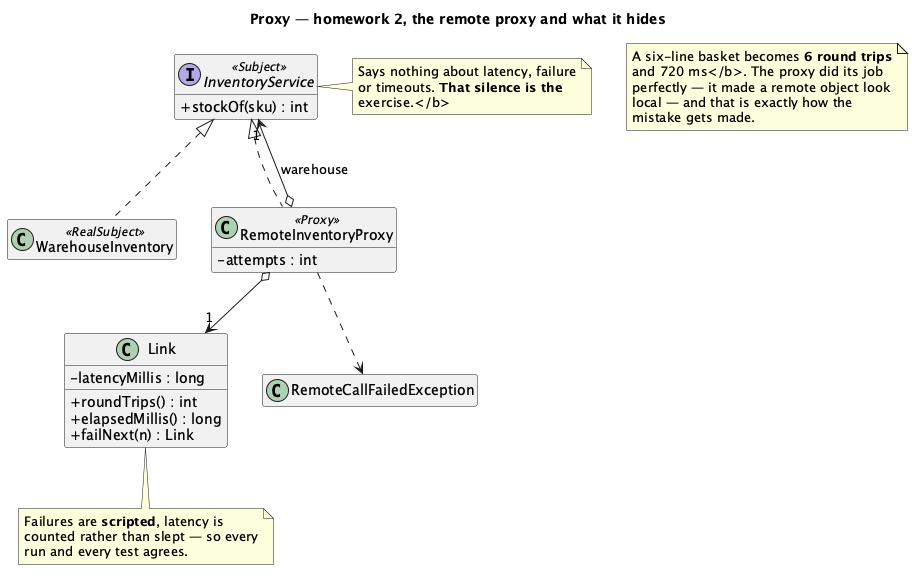
kaldiroglu/DesignPatternsWithJava keeps this PlantUML diagram as src/main/java/dev/kaldiroglu/dp/structural/proxy/hw/remote/uml/Proxy - Remote (Homework) - Class Diagram.png. Above is the earlier version. Source of this version:
```plantuml
@startuml "Proxy - Remote (Homework) - Class Diagram"
skinparam classAttributeIconSize 0
hide empty members
title Proxy — homework 2, the remote proxy and what it hides


interface InventoryService <<Subject>> {
  + stockOf(sku) : int
}

class WarehouseInventory <<RealSubject>>

class RemoteInventoryProxy <<Proxy>> {
  - attempts : int
}

class Link {
  - latencyMillis : long
  + roundTrips() : int
  + elapsedMillis() : long
  + failNext(n) : Link
}

class RemoteCallFailedException

InventoryService <|.. WarehouseInventory
InventoryService <|.. RemoteInventoryProxy
RemoteInventoryProxy o--> "1" InventoryService : warehouse
RemoteInventoryProxy o--> "1" Link
RemoteInventoryProxy ..> RemoteCallFailedException

note right of InventoryService
  Says nothing about latency, failure
  or timeouts. <b>That silence is the
  exercise.</b>
end note

note bottom of Link
  Failures are <b>scripted</b>, latency is
  counted rather than slept — so every
  run and every test agrees.
end note

note as N1
  A six-line basket becomes <b>6 round trips
  and 720 ms</b>. The proxy did its job
  perfectly — it made a remote object look
  local — and that is exactly how the
  mistake gets made.
end note

@enduml
```
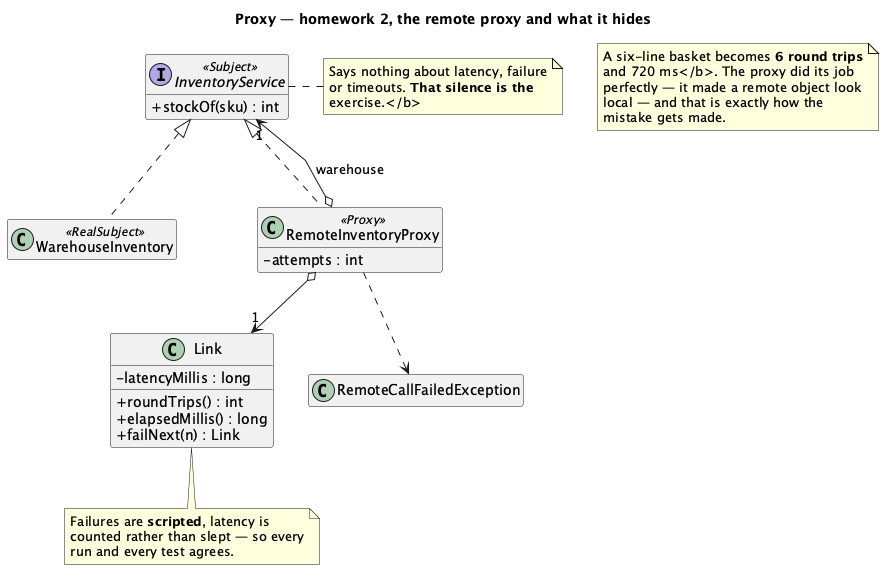
Above is the later version.

Diff of the diagram source:
```diff
@@ -1,4 +1,12 @@
-@startuml "Proxy - Remote (Homework) - Class Diagram"
+@startuml
+skinparam linetype polyline
+skinparam class {
+  BackgroundColor<<spacer>> transparent
+  BorderColor<<spacer>> transparent
+  FontColor<<spacer>> transparent
+}
+hide <<spacer>> stereotype
+hide <<spacer>> circle
 skinparam classAttributeIconSize 0
 hide empty members
 title Proxy — homework 2, the remote proxy and what it hides
@@ -25,9 +33,6 @@
 
 InventoryService <|.. WarehouseInventory
 InventoryService <|.. RemoteInventoryProxy
-RemoteInventoryProxy o--> "1" InventoryService : warehouse
-RemoteInventoryProxy o--> "1" Link
-RemoteInventoryProxy ..> RemoteCallFailedException
 
 note right of InventoryService
   Says nothing about latency, failure
@@ -49,4 +54,12 @@
   mistake gets made.
 end note
 
+class " " as Spacer1 <<spacer>>
+InventoryService -[hidden]- Spacer1
+InventoryService -[hidden]- Spacer1
+WarehouseInventory -[hidden]right- Spacer1
+Spacer1 -[hidden]right- RemoteInventoryProxy
+RemoteInventoryProxy o--> "1" InventoryService : warehouse
+RemoteInventoryProxy o--> "1" Link
+RemoteInventoryProxy ..> RemoteCallFailedException
 @enduml
```
